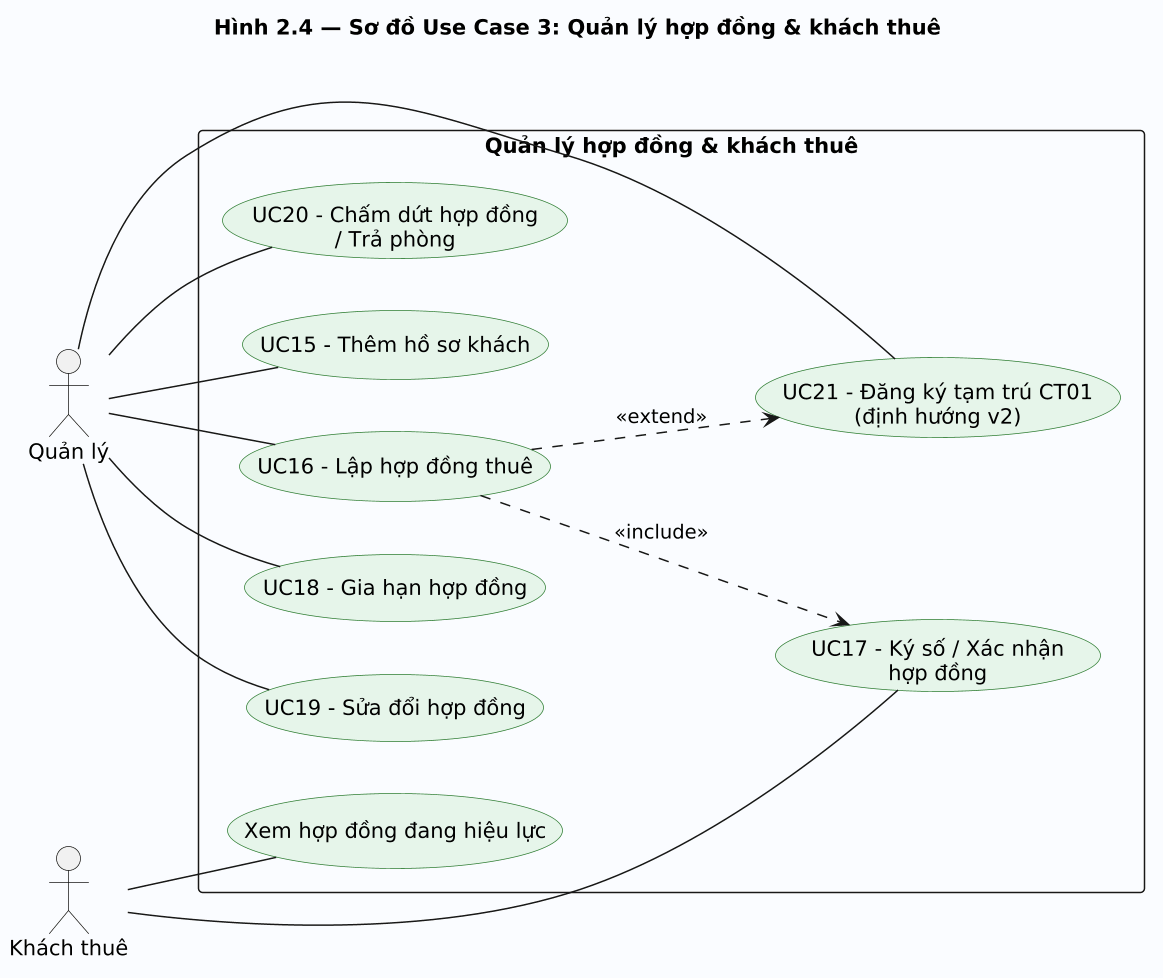
Above: docs/diagrams/png/2.04_uc_contract.png in DiepTuHuy/Hostel_Management (PlantUML), before the change.
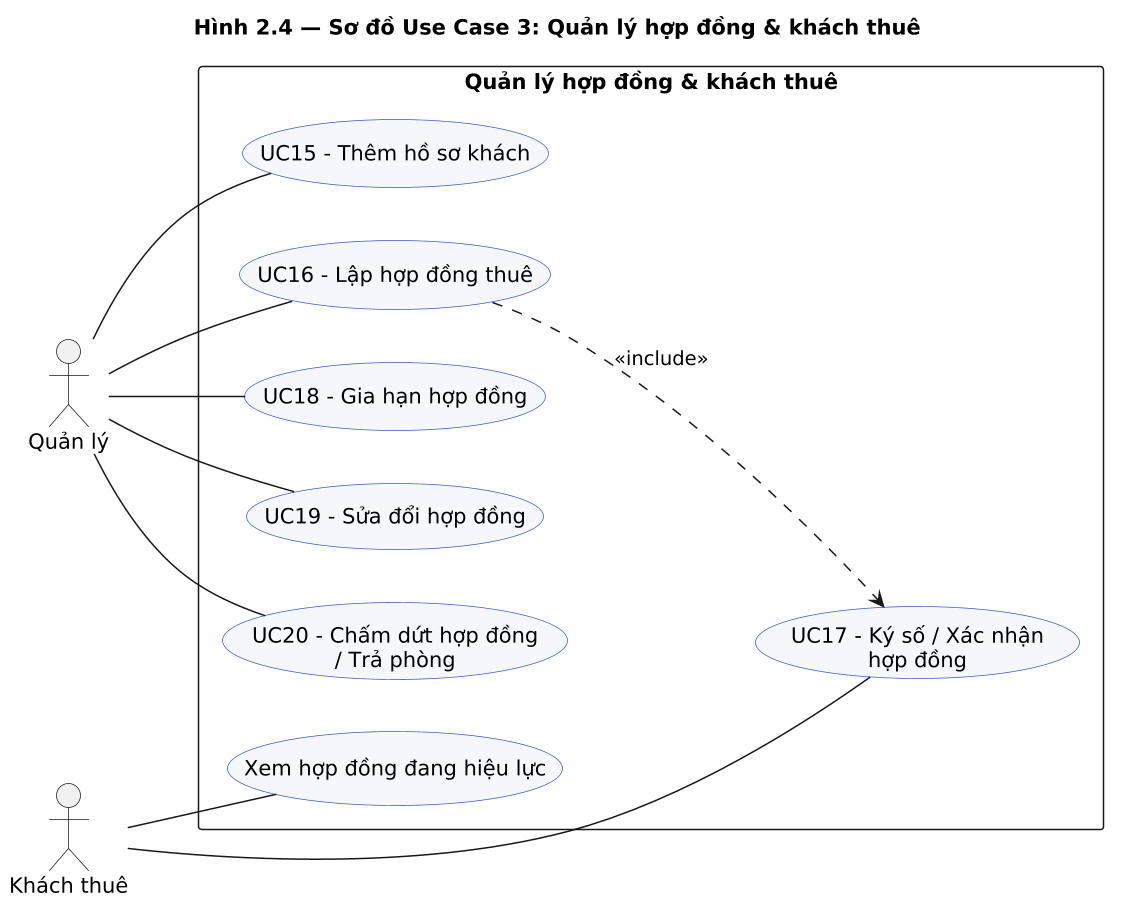
After the change.

The edit, as a diff of the source:
```diff
@@ -6,21 +6,20 @@
 skinparam packageStyle rectangle
 skinparam shadowing false
 skinparam usecase {
-  BackgroundColor #E6F5EA
-  BorderColor #2E7D32
+  BackgroundColor #F5F7FB
+  BorderColor #3A5BC7
 }
 
 actor "Quản lý"     as Manager
 actor "Khách thuê"  as Tenant
 
-rectangle "Quản lý hợp đồng & khách thuê" #FAFCFF {
+rectangle "Quản lý hợp đồng & khách thuê" {
   usecase "UC15 - Thêm hồ sơ khách"           as C1
   usecase "UC16 - Lập hợp đồng thuê"          as C2
   usecase "UC17 - Ký số / Xác nhận\nhợp đồng" as C3
   usecase "UC18 - Gia hạn hợp đồng"           as C4
   usecase "UC19 - Sửa đổi hợp đồng"           as C5
   usecase "UC20 - Chấm dứt hợp đồng\n/ Trả phòng" as C6
-  usecase "UC21 - Đăng ký tạm trú CT01\n(định hướng v2)" as C7
   usecase "Xem hợp đồng đang hiệu lực"        as C8
 }
 
@@ -29,10 +28,8 @@
 Manager -- C4
 Manager -- C5
 Manager -- C6
-Manager -- C7
 Tenant  -- C3
 Tenant  -- C8
 
 C2 ..> C3 : <<include>>
-C2 ..> C7 : <<extend>>
 @enduml
```
